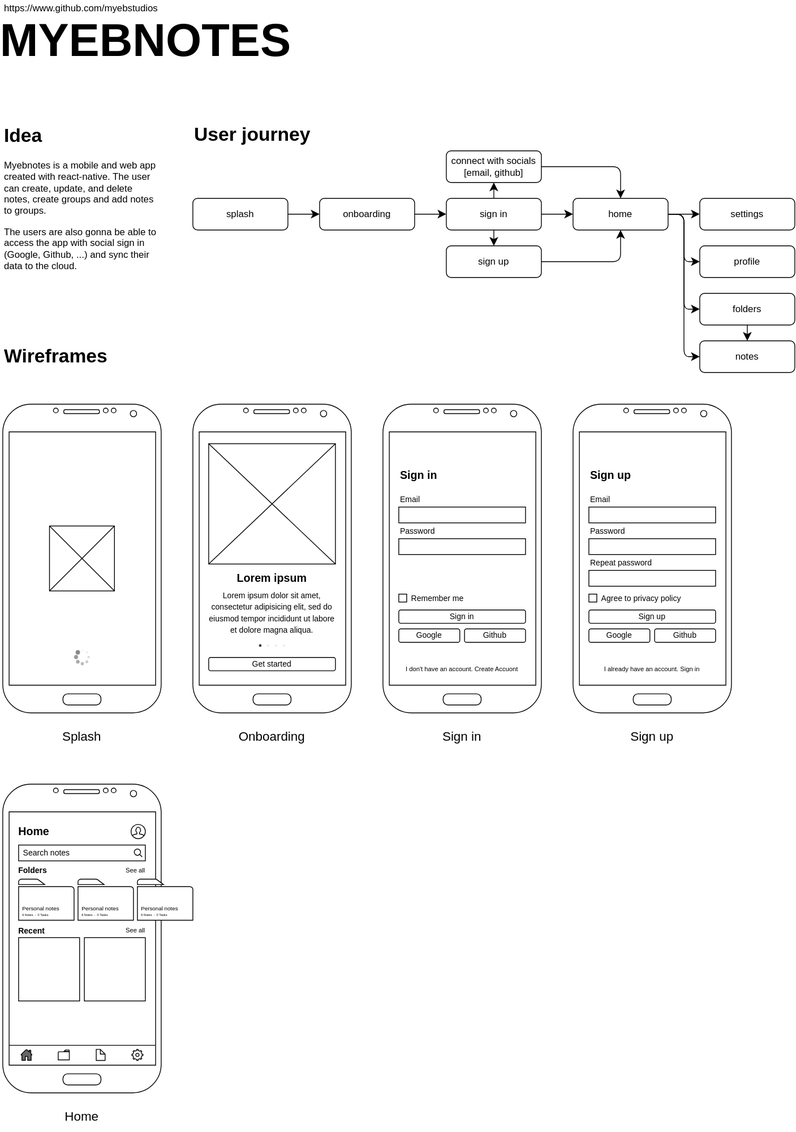
myebstudios/myebnotes keeps this draw.io diagram as docs/diagrams/concept.svg. Above is the earlier version. Source tidied: cells renumbered, new cells last; positions are measured from the earlier drawing's top-left corner, leaving out a move shared by most shapes.
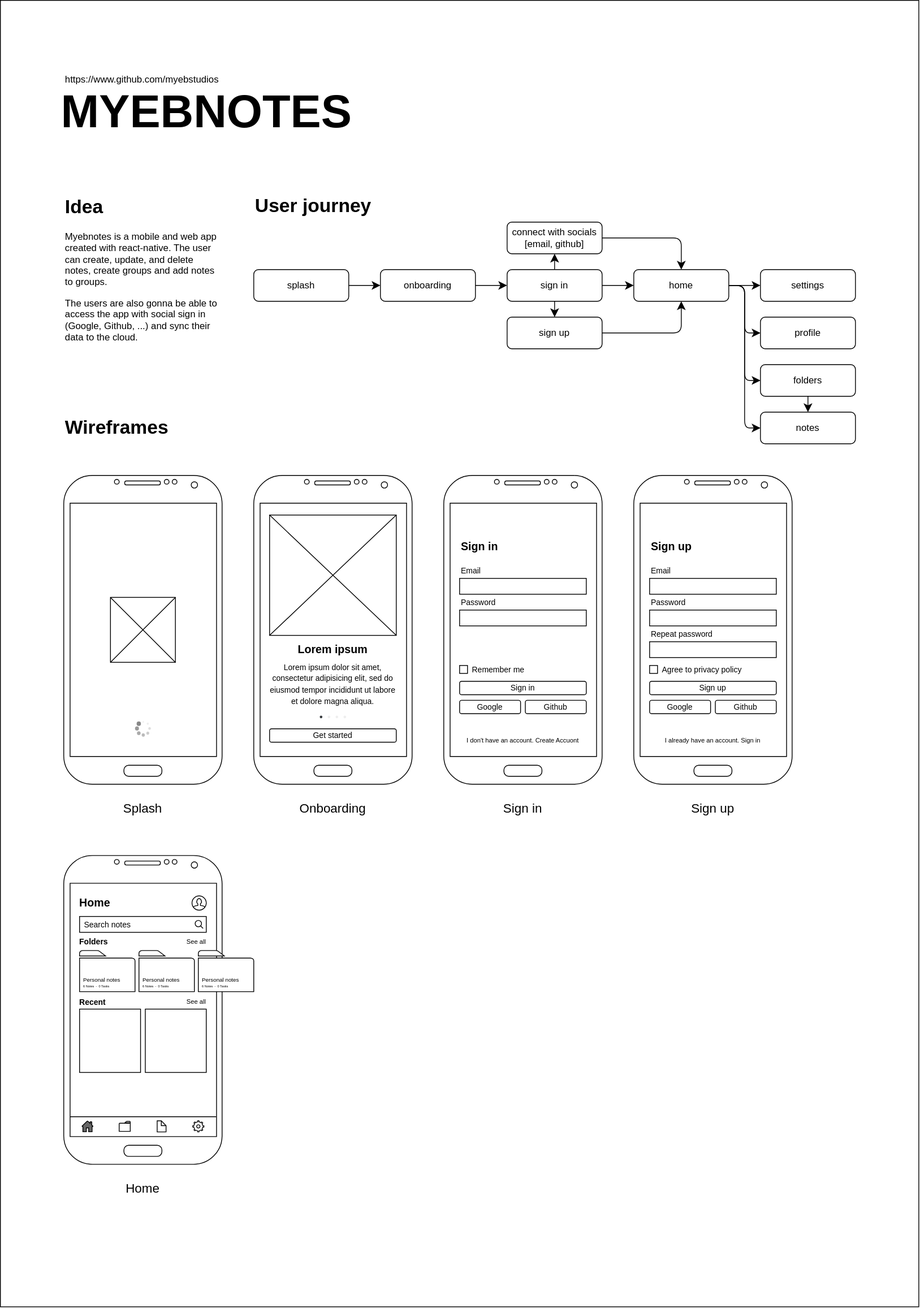
The same diagram one commit later.

What changed in the source:
```diff
@@ -2,6 +2,9 @@
   <root>
     <mxCell id="0" />
     <mxCell id="1" parent="0" />
+    <mxCell id="114" style="whiteSpace=wrap;html=1;" parent="1" vertex="1">
+      <mxGeometry x="-80" y="-90" width="1160" height="1650" as="geometry" />
+    </mxCell>
     <mxCell id="2" value="MYEBNOTES" style="text;strokeColor=none;fillColor=none;html=1;fontSize=58;fontStyle=1;verticalAlign=middle;align=center;rounded=1;labelBackgroundColor=none;" parent="1" vertex="1">
       <mxGeometry y="30" width="360" height="40" as="geometry" />
     </mxCell>
```
